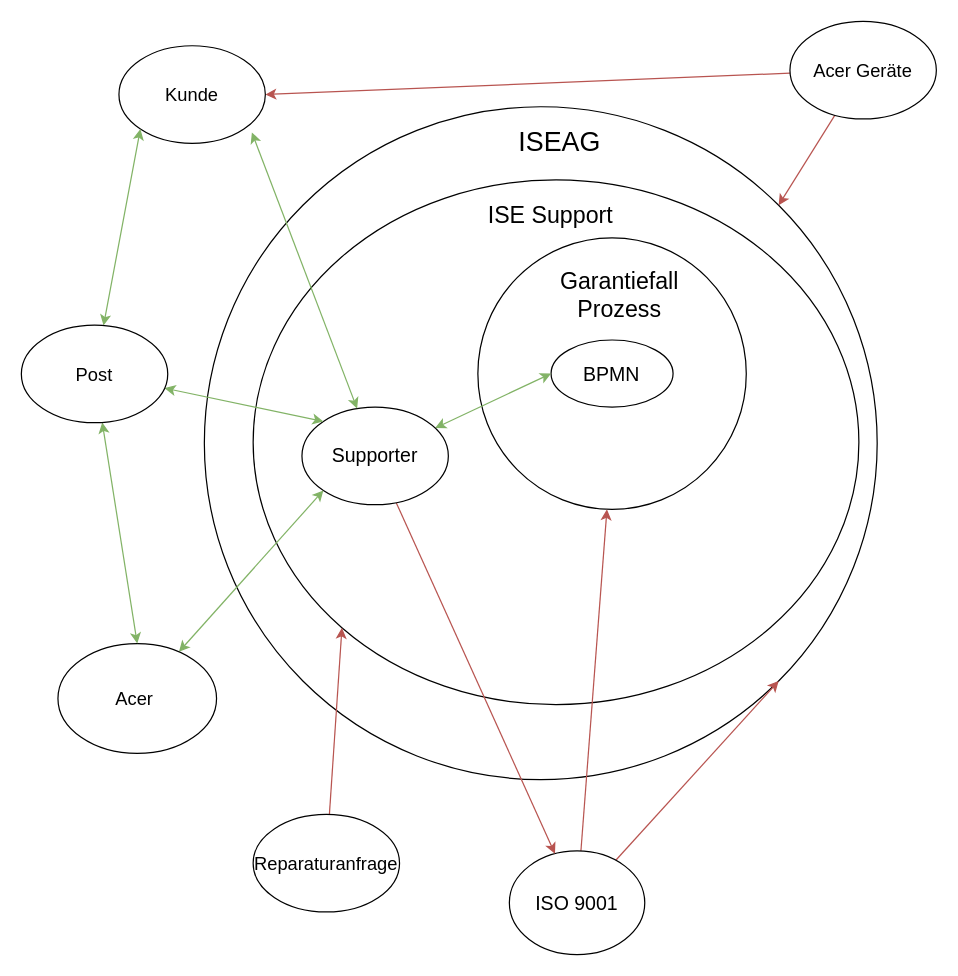
Before: ressources/SEUSAG_Garantiefall.drawio in Bazzako/SemArb2-BPM, a draw.io diagram. Source tidied: cells renumbered, new cells numbered last; positions are measured from the earlier drawing's top-left corner, leaving out a move shared by most shapes. Both pictures are drawn from the tidied source at 122%, with x=0, y=0 at pixel (21, 21).
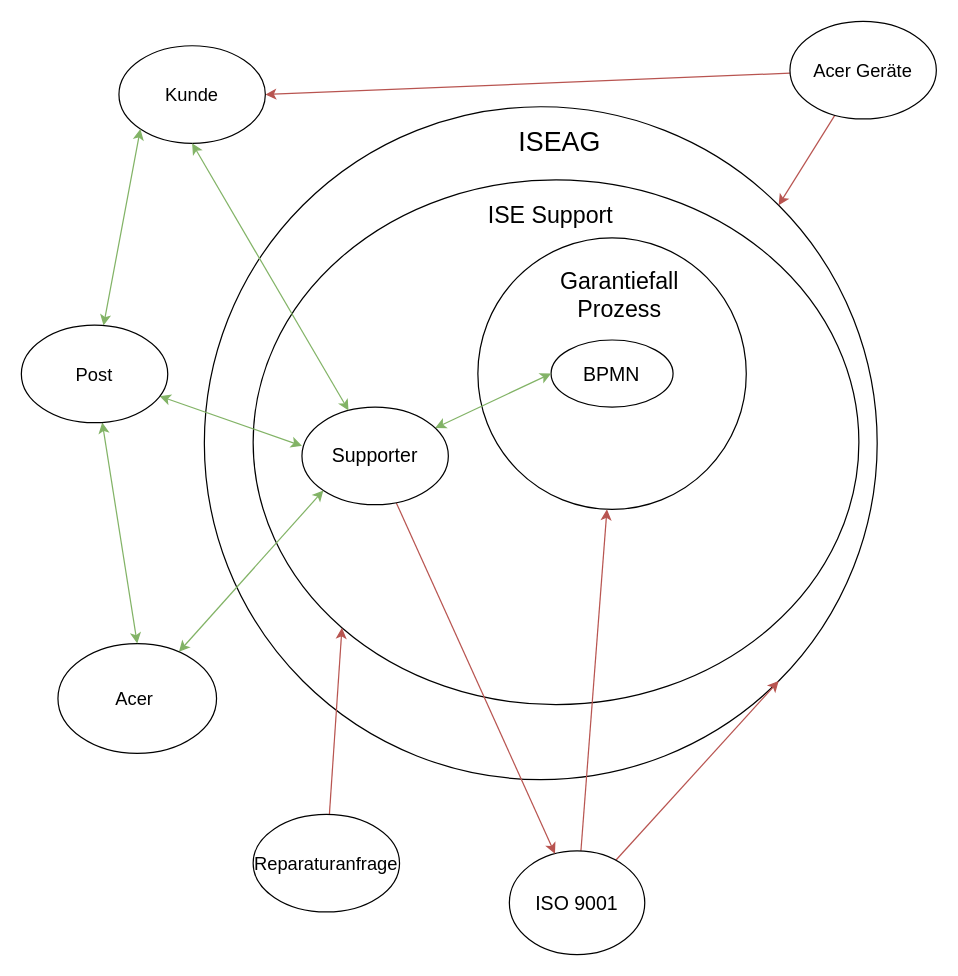
After the change.

Commit message (it also covers changes not shown here):
Anpassung Seusag

The change refers to these unchanged cells:
```xml
<mxCell id="14" value="&lt;font style=&quot;font-size: 16px;&quot;&gt;Supporter&lt;/font&gt;" style="ellipse;whiteSpace=wrap;html=1;" parent="1" vertex="1">
  <mxGeometry x="230" y="316.2" width="120" height="80" as="geometry" />
</mxCell>
<mxCell id="18" value="&lt;font style=&quot;font-size: 15px;&quot;&gt;Kunde&lt;/font&gt;" style="ellipse;whiteSpace=wrap;html=1;" parent="1" vertex="1">
  <mxGeometry x="80" y="20" width="120" height="80" as="geometry" />
</mxCell>
<mxCell id="25" value="&lt;font style=&quot;font-size: 15px;&quot;&gt;Post&lt;/font&gt;" style="ellipse;whiteSpace=wrap;html=1;" parent="1" vertex="1">
  <mxGeometry y="249" width="120" height="80" as="geometry" />
</mxCell>
```

Diff of the diagram source:
```diff
@@
-    <mxCell id="19" style="rounded=0;jettySize=auto;html=1;entryX=0.908;entryY=0.888;entryDx=0;entryDy=0;entryPerimeter=0;fillColor=#d5e8d4;strokeColor=#82b366;startArrow=classic;startFill=1;" parent="1" edge="1" source="14" target="18">
+    <mxCell id="19" style="rounded=0;jettySize=auto;html=1;entryX=0.5;entryY=1;entryDx=0;entryDy=0;fillColor=#d5e8d4;strokeColor=#82b366;startArrow=classic;startFill=1;" parent="1" edge="1" source="14" target="18">
       <mxGeometry relative="1" as="geometry" />
     </mxCell>
@@
-    <mxCell id="24" style="rounded=0;jettySize=auto;html=1;entryX=0;entryY=0;entryDx=0;entryDy=0;startArrow=classic;startFill=1;fillColor=#d5e8d4;strokeColor=#82b366;" parent="1" edge="1" source="25" target="14">
+    <mxCell id="24" style="rounded=0;jettySize=auto;html=1;entryX=0;entryY=0.397;entryDx=0;entryDy=0;startArrow=classic;startFill=1;fillColor=#d5e8d4;strokeColor=#82b366;entryPerimeter=0;" parent="1" edge="1" source="25" target="14">
       <mxGeometry relative="1" as="geometry" />
     </mxCell>
```
